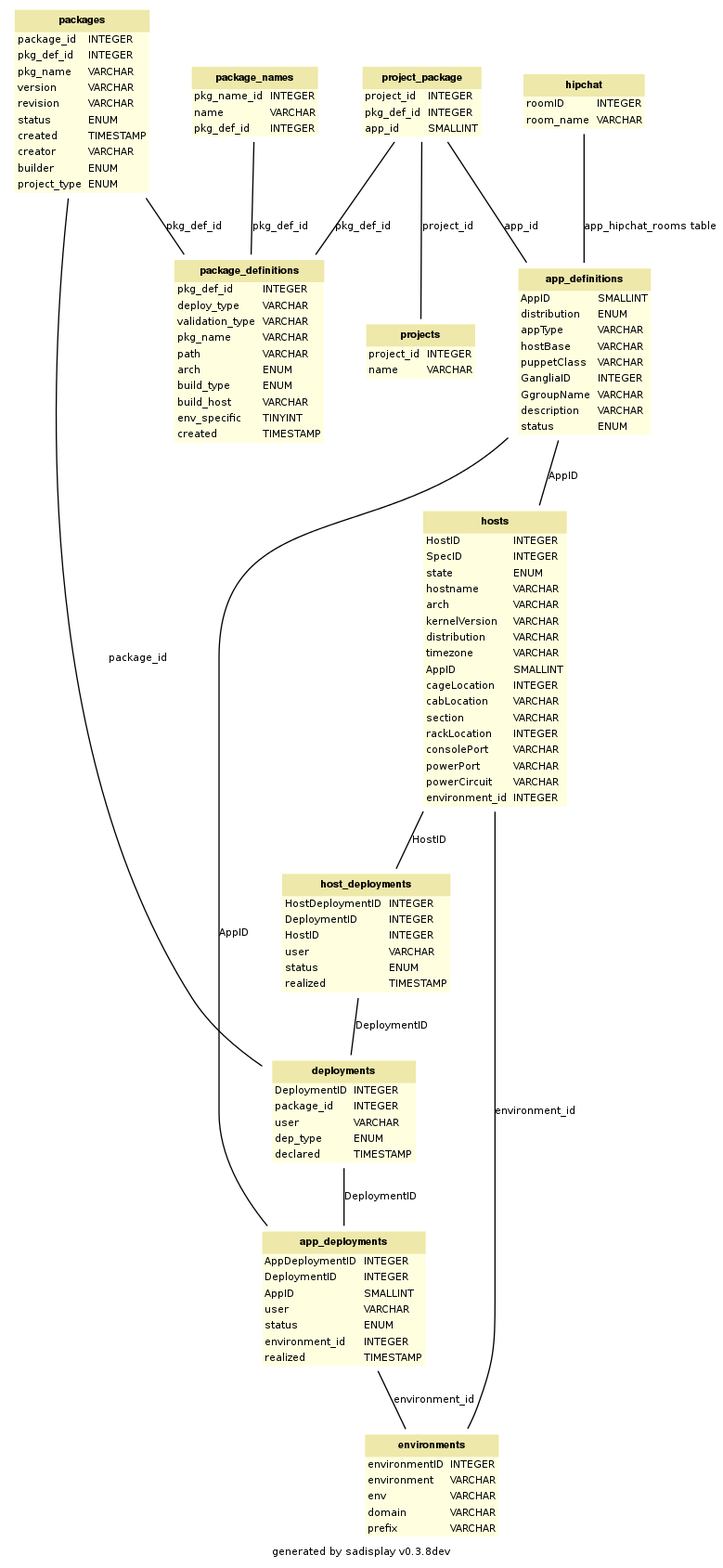
This is doc/schema-diagram-tds.png from ifwe/tds, a Graphviz export, as it was before one commit. Its source is kept beside it as doc/schema-diagram-tds.dot.
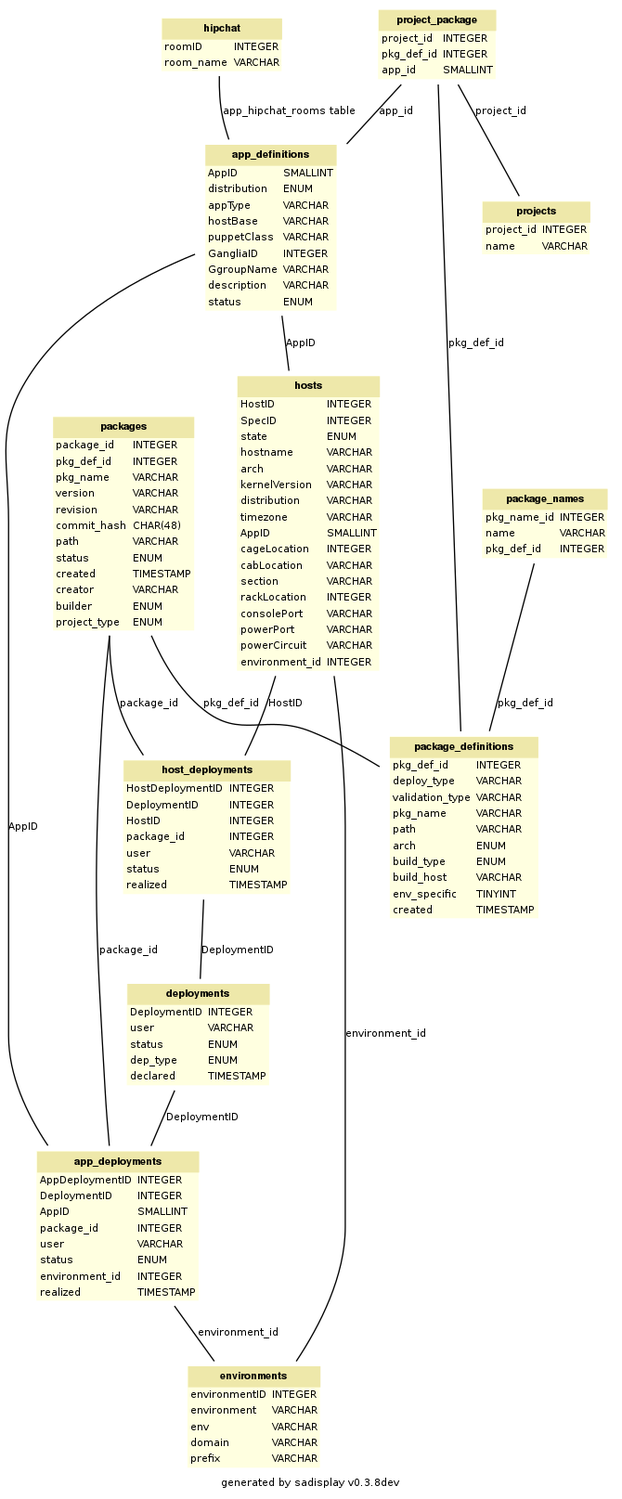
Later version of the same file.

Commit message:
Update schema diagram

What changed in the source:
```diff
@@ -82,6 +82,10 @@
         ></TD><TD ALIGN="LEFT"
         ><FONT FACE="Bitstream Vera Sans">SMALLINT</FONT
         ></TD></TR> <TR><TD ALIGN="LEFT" BORDER="0"
+        ><FONT FACE="Bitstream Vera Sans">package_id</FONT
+        ></TD><TD ALIGN="LEFT"
+        ><FONT FACE="Bitstream Vera Sans">INTEGER</FONT
+        ></TD></TR> <TR><TD ALIGN="LEFT" BORDER="0"
         ><FONT FACE="Bitstream Vera Sans">user</FONT
         ></TD><TD ALIGN="LEFT"
         ><FONT FACE="Bitstream Vera Sans">VARCHAR</FONT
@@ -128,6 +132,14 @@
         ></TD><TD ALIGN="LEFT"
         ><FONT FACE="Bitstream Vera Sans">VARCHAR</FONT
         ></TD></TR> <TR><TD ALIGN="LEFT" BORDER="0"
+        ><FONT FACE="Bitstream Vera Sans">commit_hash</FONT
+        ></TD><TD ALIGN="LEFT"
+        ><FONT FACE="Bitstream Vera Sans">CHAR(48)</FONT
+        ></TD></TR> <TR><TD ALIGN="LEFT" BORDER="0"
+        ><FONT FACE="Bitstream Vera Sans">path</FONT
+        ></TD><TD ALIGN="LEFT"
+        ><FONT FACE="Bitstream Vera Sans">VARCHAR</FONT
+        ></TD></TR> <TR><TD ALIGN="LEFT" BORDER="0"
         ><FONT FACE="Bitstream Vera Sans">status</FONT
         ></TD><TD ALIGN="LEFT"
         ><FONT FACE="Bitstream Vera Sans">ENUM</FONT
@@ -162,13 +174,13 @@
         ></TD><TD ALIGN="LEFT"
         ><FONT FACE="Bitstream Vera Sans">INTEGER</FONT
         ></TD></TR> <TR><TD ALIGN="LEFT" BORDER="0"
-        ><FONT FACE="Bitstream Vera Sans">package_id</FONT
-        ></TD><TD ALIGN="LEFT"
-        ><FONT FACE="Bitstream Vera Sans">INTEGER</FONT
-        ></TD></TR> <TR><TD ALIGN="LEFT" BORDER="0"
         ><FONT FACE="Bitstream Vera Sans">user</FONT
         ></TD><TD ALIGN="LEFT"
         ><FONT FACE="Bitstream Vera Sans">VARCHAR</FONT
+        ></TD></TR> <TR><TD ALIGN="LEFT" BORDER="0"
+        ><FONT FACE="Bitstream Vera Sans">status</FONT
+        ></TD><TD ALIGN="LEFT"
+        ><FONT FACE="Bitstream Vera Sans">ENUM</FONT
         ></TD></TR> <TR><TD ALIGN="LEFT" BORDER="0"
         ><FONT FACE="Bitstream Vera Sans">dep_type</FONT
         ></TD><TD ALIGN="LEFT"
@@ -390,6 +402,10 @@
         ></TD><TD ALIGN="LEFT"
         ><FONT FACE="Bitstream Vera Sans">INTEGER</FONT
         ></TD></TR> <TR><TD ALIGN="LEFT" BORDER="0"
+        ><FONT FACE="Bitstream Vera Sans">package_id</FONT
+        ></TD><TD ALIGN="LEFT"
+        ><FONT FACE="Bitstream Vera Sans">INTEGER</FONT
+        ></TD></TR> <TR><TD ALIGN="LEFT" BORDER="0"
         ><FONT FACE="Bitstream Vera Sans">user</FONT
         ></TD><TD ALIGN="LEFT"
         ><FONT FACE="Bitstream Vera Sans">VARCHAR</FONT
@@ -463,7 +479,8 @@
     "app_definitions" -> "app_deployments" [label = "AppID"]
     "app_deployments" -> "environments" [label = "environment_id"]
     "packages" -> "package_definitions" [label = "pkg_def_id"]
-    "packages" -> "deployments" [label = "package_id"]
+    "packages" -> "host_deployments" [label = "package_id"]
+    "packages" -> "app_deployments" [label = "package_id"]
     "app_definitions" -> "hosts" [label = "AppID"]
     "hosts" -> "environments" [label = "environment_id"]
     "hipchat" -> "app_definitions" [label = "app_hipchat_rooms table"]
```
